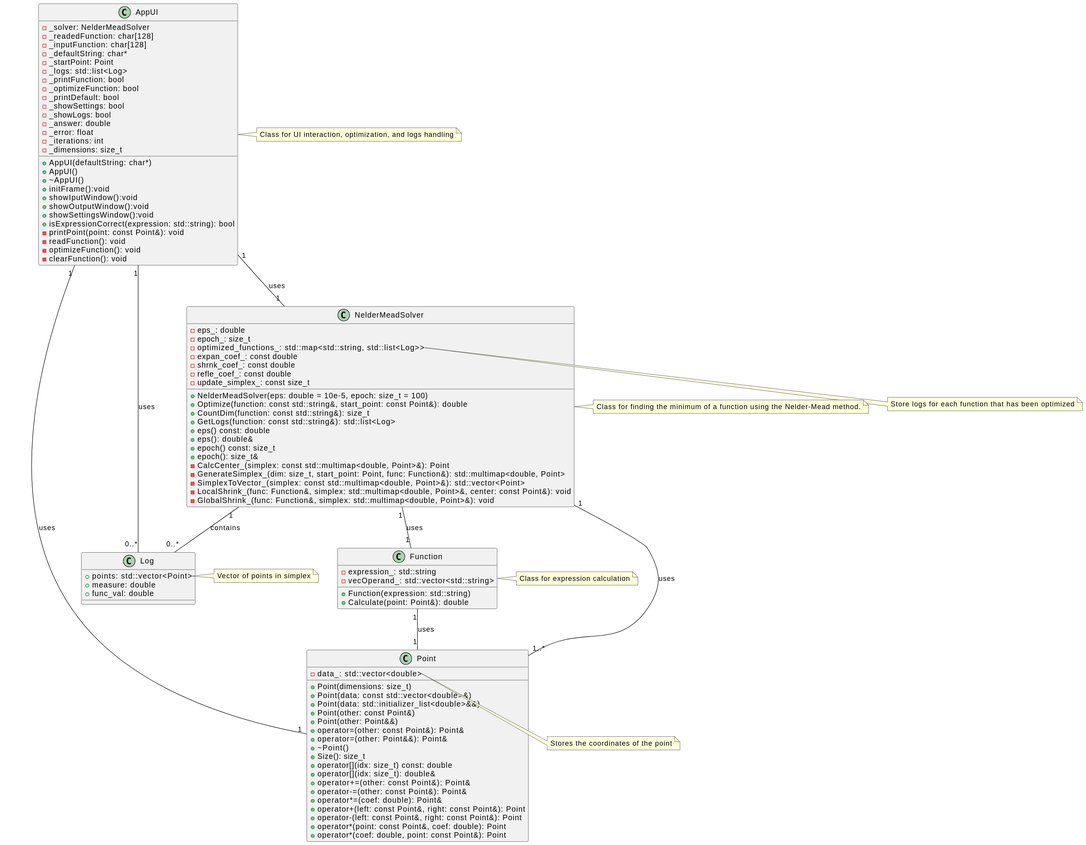
The PlantUML diagram UMLDiagram.svg in Golubeff-RA/Nelder-mead-optimization, before a commit.
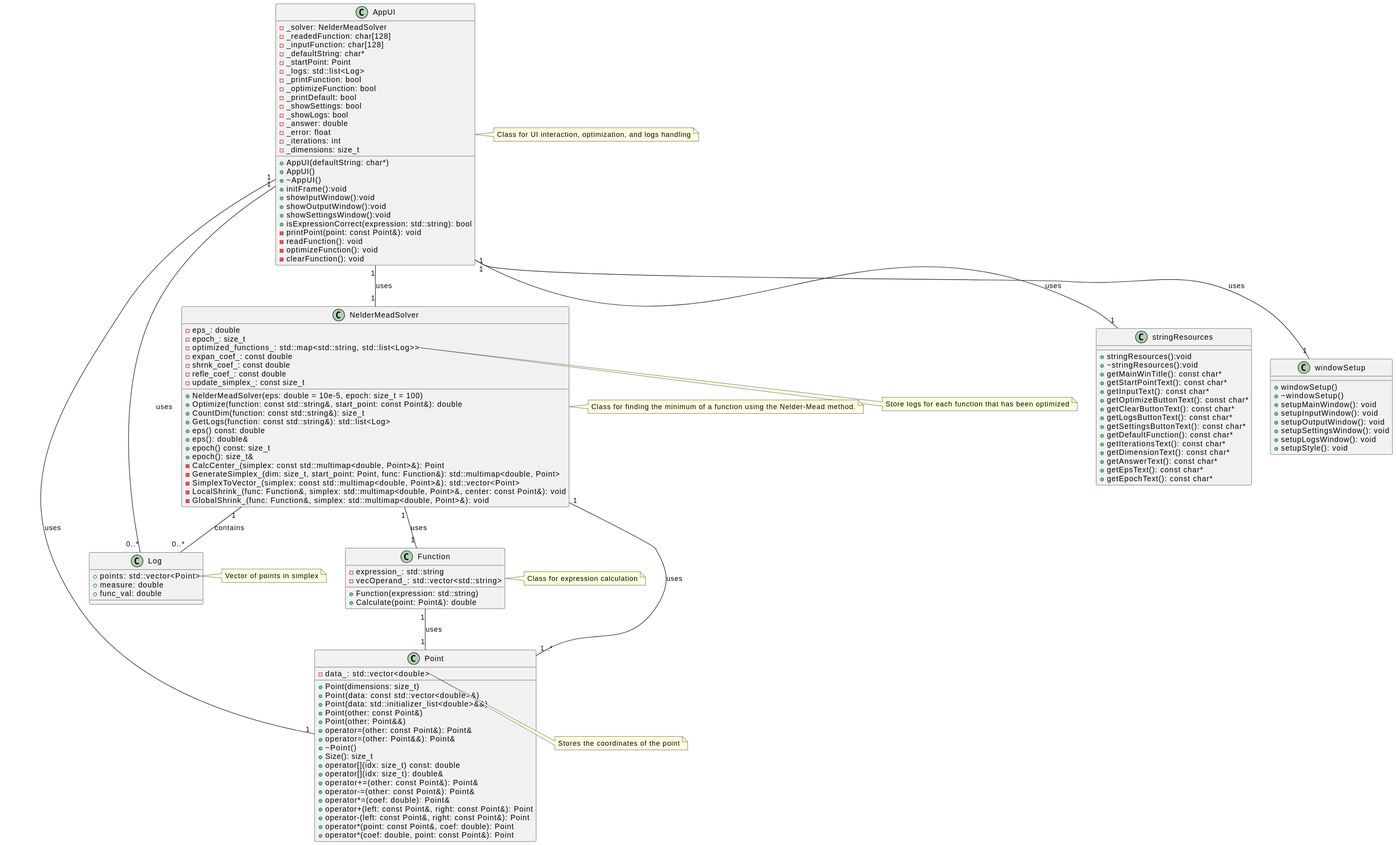
The same file after the commit.

The edit, as a diff of the source:
```diff
@@ -57,6 +57,35 @@
   - GlobalShrink_(func: Function&, simplex: std::multimap<double, Point>&): void
 }
 
+class stringResources{
++stringResources():void
++~stringResources():void
++getMainWinTitle(): const char*
++getStartPointText(): const char*
++getInputText(): const char*
++getOptimizeButtonText(): const char*
++getClearButtonText(): const char*
++getLogsButtonText(): const char*
++getSettingsButtonText(): const char*
++getDefaultFunction(): const char*
++getIterationsText(): const char*
++getDimensionText(): const char*
++getAnswerText(): const char*
++getEpsText(): const char*
++getEpochText(): const char*
+}
+
+class windowSetup {
+  +windowSetup()
+  +~windowSetup()
+  +setupMainWindow(): void
+  +setupInputWindow(): void
+  +setupOutputWindow(): void
+  +setupSettingsWindow(): void
+  +setupLogsWindow(): void
+  +setupStyle(): void
+}
+
 class AppUI {
   -_solver: NelderMeadSolver
   -_readedFunction: char[128]
@@ -95,6 +124,8 @@
 AppUI "1" -- "1" NelderMeadSolver: uses
 AppUI "1" -- "1" Point: uses
 AppUI "1" -- "0..*" Log: uses
+AppUI "1" -- "1" stringResources: uses
+AppUI "1" -- "1" windowSetup: uses
 
 note right of Log::points
     Vector of points in simplex
```
